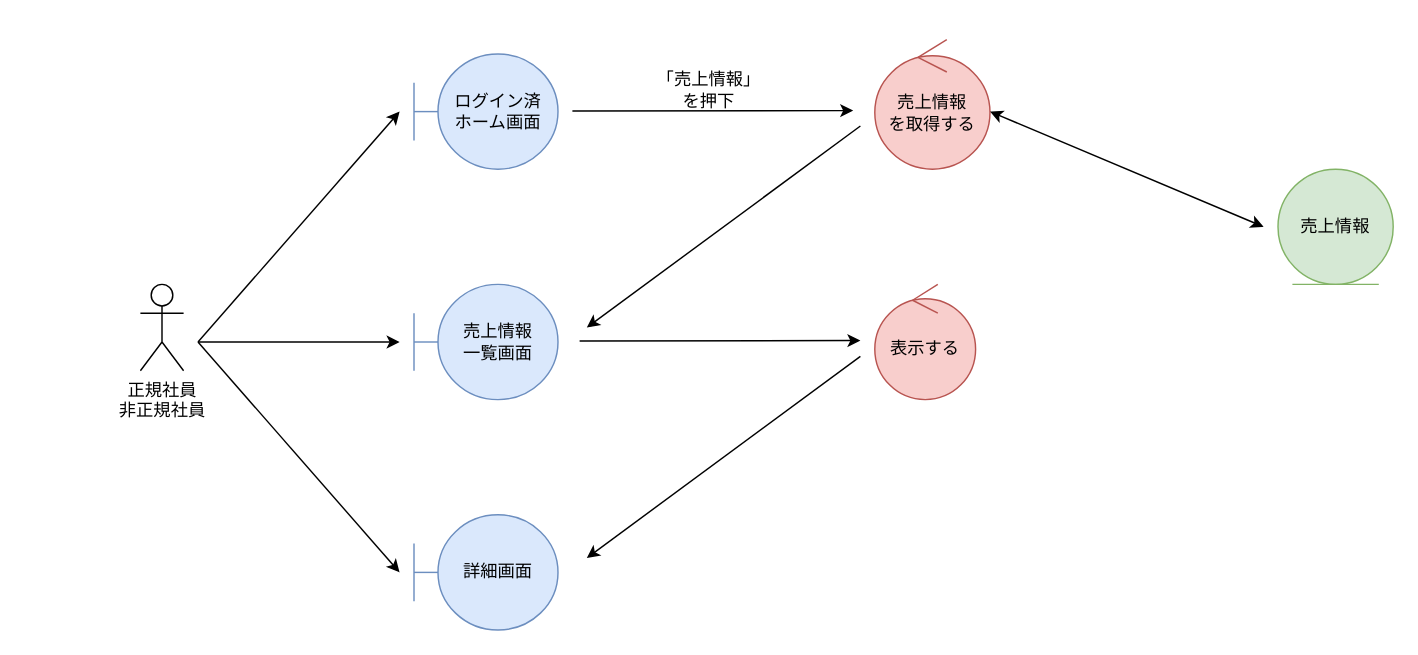
Before: page "*売上情報管理_参照" (2 of 4) of 各種設計書/3ロバストネス図/商品情報管理/5.売上.drawio in HaruShim/Sotuken, a draw.io diagram. Source tidied: cells renumbered, new cells numbered last; positions are measured from the earlier drawing's top-left corner, leaving out a move shared by most shapes. Both pictures are drawn from the tidied source at 144%, with x=0, y=0 at pixel (140, 39).
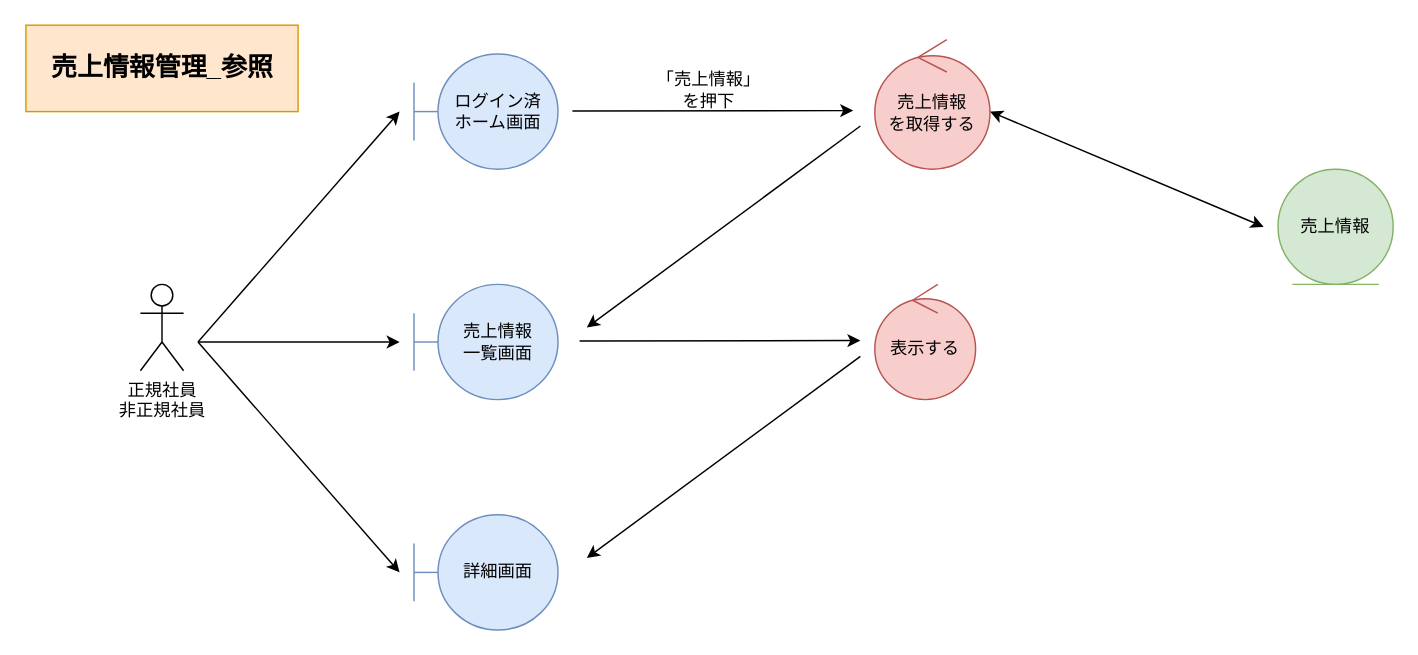
The same diagram, later.

Diff of the diagram source:
```diff
@@
+    <mxCell id="18" value="売上情報管理_参照" style="rounded=0;whiteSpace=wrap;html=1;fillColor=#ffe6cc;strokeColor=#d79b00;fontStyle=1;fontSize=18;" parent="1" vertex="1">
+      <mxGeometry x="-79.5" y="-10" width="189" height="60" as="geometry" />
+    </mxCell>
```
